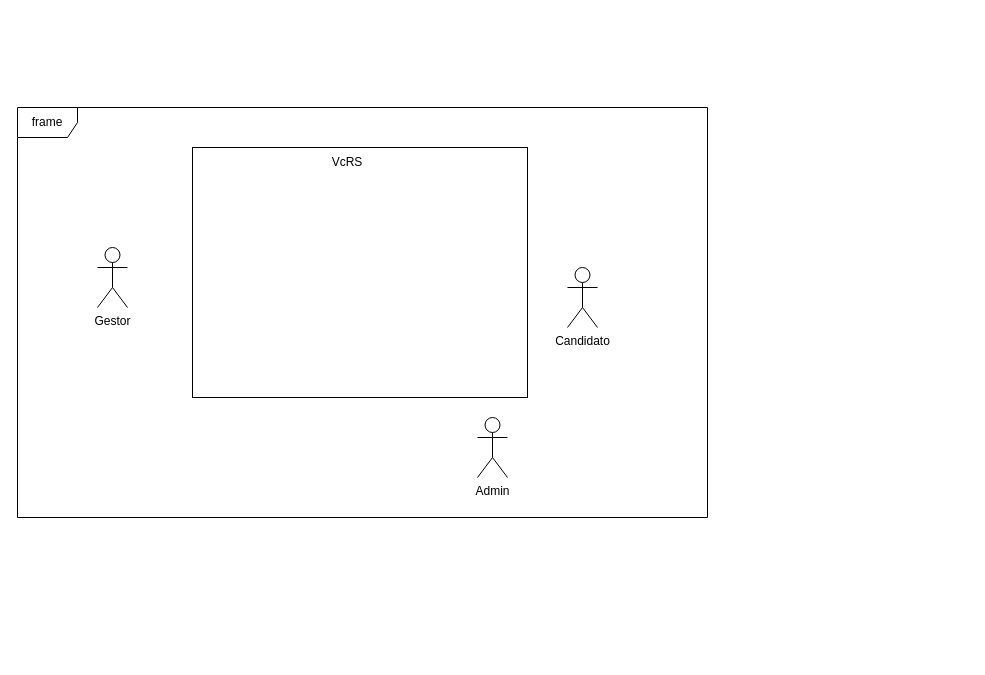
Earlier version of the draw.io diagram diagrama_caso_de_uso.drawio (cadullira/facorganizacao). Source tidied: cells renumbered, new cells numbered last; positions are measured from the earlier drawing's top-left corner, leaving out a move shared by most shapes. Both pictures are drawn from the tidied source at 100%, with x=0, y=0 at pixel (17, 107).
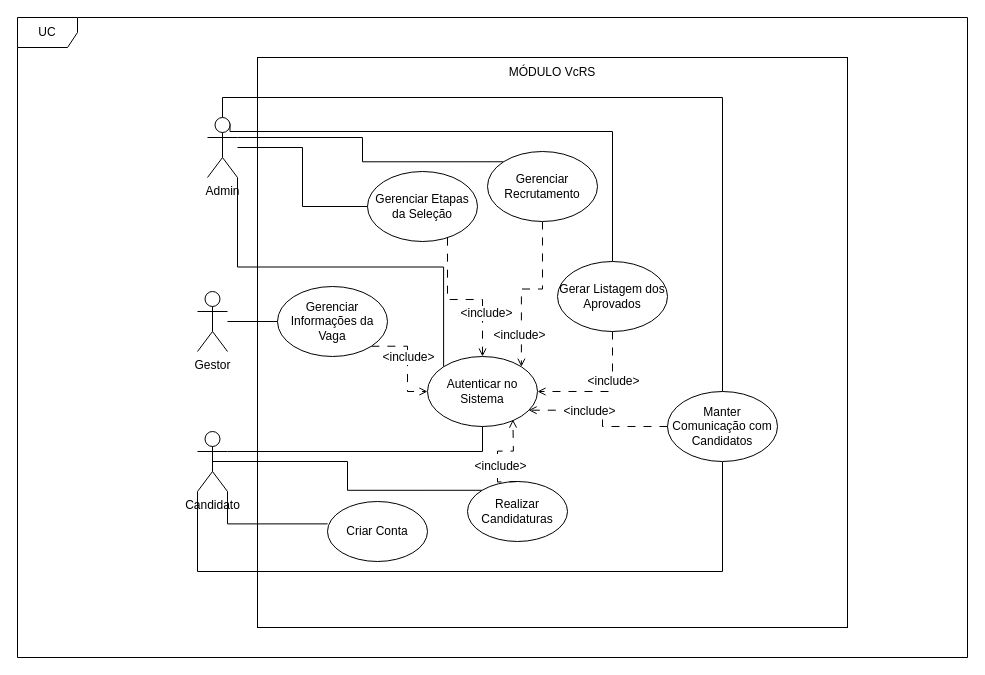
The same page after the edit.

Diff of the diagram source:
```diff
@@
+    <mxCell id="6" style="rounded=0;whiteSpace=wrap;html=1;" parent="1" vertex="1">
+      <mxGeometry x="240" y="-50" width="590" height="570" as="geometry" />
+    </mxCell>
+    <mxCell id="8" style="edgeStyle=orthogonalEdgeStyle;rounded=0;jettySize=auto;html=1;entryX=0;entryY=0;entryDx=0;entryDy=0;exitX=1;exitY=1;exitDx=0;exitDy=0;exitPerimeter=0;endArrow=none;endFill=0;" parent="1" edge="1" source="2" target="30">
+      <mxGeometry relative="1" as="geometry" />
+    </mxCell>
+    <mxCell id="9" style="edgeStyle=orthogonalEdgeStyle;rounded=0;jettySize=auto;html=1;entryX=0;entryY=0.5;entryDx=0;entryDy=0;fontFamily=Helvetica;fontSize=12;fontColor=default;endArrow=none;endFill=0;" parent="1" edge="1" source="2" target="25">
+      <mxGeometry relative="1" as="geometry" />
+    </mxCell>
+    <mxCell id="10" style="edgeStyle=orthogonalEdgeStyle;rounded=0;jettySize=auto;html=1;exitX=1;exitY=0.3333333333333333;exitDx=0;exitDy=0;exitPerimeter=0;entryX=0;entryY=0;entryDx=0;entryDy=0;fontFamily=Helvetica;fontSize=12;fontColor=default;endArrow=none;endFill=0;" parent="1" edge="1" source="2" target="22">
+      <mxGeometry relative="1" as="geometry" />
+    </mxCell>
+    <mxCell id="11" style="edgeStyle=orthogonalEdgeStyle;rounded=0;jettySize=auto;html=1;exitX=0.75;exitY=0.1;exitDx=0;exitDy=0;exitPerimeter=0;fontFamily=Helvetica;fontSize=12;fontColor=default;endArrow=none;endFill=0;" parent="1" edge="1" source="2" target="29">
+      <mxGeometry relative="1" as="geometry">
+        <Array as="points">
+          <mxPoint x="213" y="24" />
+          <mxPoint x="595" y="24" />
+        </Array>
+      </mxGeometry>
+    </mxCell>
+    <mxCell id="12" style="edgeStyle=orthogonalEdgeStyle;rounded=0;jettySize=auto;html=1;exitX=0.5;exitY=0;exitDx=0;exitDy=0;exitPerimeter=0;entryX=0.5;entryY=0;entryDx=0;entryDy=0;fontFamily=Helvetica;fontSize=12;fontColor=default;endArrow=none;endFill=0;" parent="1" edge="1" source="2" target="26">
+      <mxGeometry relative="1" as="geometry" />
+    </mxCell>
-    <mxCell id="2" value="Gestor" style="shape=umlActor;verticalLabelPosition=bottom;verticalAlign=top;html=1;outlineConnect=0;" parent="1" vertex="1">
-      <mxGeometry x="80" y="140" width="30" height="60" as="geometry" />
+    <mxCell id="2" value="Admin" style="shape=umlActor;verticalLabelPosition=bottom;verticalAlign=top;html=1;outlineConnect=0;" parent="1" vertex="1">
+      <mxGeometry x="190" y="10" width="30" height="60" as="geometry" />
     </mxCell>
+    <mxCell id="13" style="edgeStyle=orthogonalEdgeStyle;rounded=0;jettySize=auto;html=1;exitX=0.5;exitY=0.5;exitDx=0;exitDy=0;exitPerimeter=0;entryX=0;entryY=0;entryDx=0;entryDy=0;fontFamily=Helvetica;fontSize=12;fontColor=default;endArrow=none;endFill=0;" parent="1" edge="1" source="3" target="19">
+      <mxGeometry relative="1" as="geometry" />
+    </mxCell>
+    <mxCell id="14" style="edgeStyle=orthogonalEdgeStyle;rounded=0;jettySize=auto;html=1;exitX=0;exitY=1;exitDx=0;exitDy=0;exitPerimeter=0;entryX=0.5;entryY=1;entryDx=0;entryDy=0;fontFamily=Helvetica;fontSize=12;fontColor=default;endArrow=none;endFill=0;" parent="1" edge="1" source="3" target="26">
+      <mxGeometry relative="1" as="geometry">
+        <Array as="points">
+          <mxPoint x="180" y="464" />
+          <mxPoint x="705" y="464" />
+        </Array>
+      </mxGeometry>
+    </mxCell>
     <mxCell id="3" value="Candidato" style="shape=umlActor;verticalLabelPosition=bottom;verticalAlign=top;html=1;outlineConnect=0;" parent="1" vertex="1">
-      <mxGeometry x="550" y="160" width="30" height="60" as="geometry" />
+      <mxGeometry x="180" y="324" width="30" height="60" as="geometry" />
     </mxCell>
+    <mxCell id="15" style="edgeStyle=orthogonalEdgeStyle;rounded=0;jettySize=auto;html=1;endArrow=none;endFill=0;" parent="1" edge="1" source="4" target="18">
+      <mxGeometry relative="1" as="geometry" />
+    </mxCell>
-    <mxCell id="4" value="Admin" style="shape=umlActor;verticalLabelPosition=bottom;verticalAlign=top;html=1;outlineConnect=0;" parent="1" vertex="1">
-      <mxGeometry x="460" y="310" width="30" height="60" as="geometry" />
+    <mxCell id="4" value="Gestor" style="shape=umlActor;verticalLabelPosition=bottom;verticalAlign=top;html=1;outlineConnect=0;" parent="1" vertex="1">
+      <mxGeometry x="180" y="184" width="30" height="60" as="geometry" />
     </mxCell>
-    <mxCell id="5" value="frame" style="shape=umlFrame;whiteSpace=wrap;html=1;" parent="1" vertex="1">
-      <mxGeometry width="690" height="410" as="geometry" />
+    <mxCell id="5" value="UC" style="shape=umlFrame;whiteSpace=wrap;html=1;" parent="1" vertex="1">
+      <mxGeometry y="-90" width="950" height="640" as="geometry" />
     </mxCell>
-    <mxCell id="6" style="rounded=0;whiteSpace=wrap;html=1;" parent="1" vertex="1">
-      <mxGeometry x="175" y="40" width="335" height="250" as="geometry" />
-    </mxCell>
-    <mxCell id="7" value="VcRS" style="text;strokeColor=none;align=center;fillColor=none;html=1;verticalAlign=middle;whiteSpace=wrap;rounded=0;" parent="1" vertex="1">
-      <mxGeometry x="300" y="40" width="60" height="30" as="geometry" />
-    </mxCell>
+    <mxCell id="16" style="edgeStyle=orthogonalEdgeStyle;rounded=0;jettySize=auto;html=1;exitX=1;exitY=1;exitDx=0;exitDy=0;entryX=0;entryY=0.5;entryDx=0;entryDy=0;fontFamily=Helvetica;fontSize=12;fontColor=default;dashed=1;dashPattern=8 8;endArrow=open;endFill=0;" parent="1" edge="1" source="18" target="30">
+      <mxGeometry relative="1" as="geometry" />
+    </mxCell>
+    <mxCell id="17" value="&amp;lt;include&amp;gt;" style="edgeLabel;html=1;align=center;verticalAlign=middle;strokeColor=default;fontFamily=Helvetica;fontSize=12;fontColor=default;fillColor=default;" parent="16" vertex="1">
+      <mxGeometry x="0.16" y="2" relative="1" as="geometry">
+        <mxPoint x="-2" y="-12" as="offset" />
+      </mxGeometry>
+    </mxCell>
+    <mxCell id="18" value="Gerenciar Informações da Vaga" style="ellipse;whiteSpace=wrap;html=1;align=center;" parent="1" vertex="1">
+      <mxGeometry x="260" y="179" width="110" height="70" as="geometry" />
+    </mxCell>
+    <mxCell id="19" value="Realizar Candidaturas" style="ellipse;whiteSpace=wrap;html=1;" parent="1" vertex="1">
+      <mxGeometry x="450" y="374" width="100" height="60" as="geometry" />
+    </mxCell>
+    <mxCell id="20" style="edgeStyle=orthogonalEdgeStyle;rounded=0;jettySize=auto;html=1;entryX=1;entryY=0;entryDx=0;entryDy=0;fontFamily=Helvetica;fontSize=12;fontColor=default;endArrow=open;endFill=0;dashed=1;dashPattern=8 8;" parent="1" edge="1" source="22" target="30">
+      <mxGeometry relative="1" as="geometry" />
+    </mxCell>
+    <mxCell id="21" value="&amp;lt;include&amp;gt;" style="edgeLabel;html=1;align=center;verticalAlign=middle;strokeColor=default;fontFamily=Helvetica;fontSize=12;fontColor=default;fillColor=default;" parent="20" vertex="1">
+      <mxGeometry x="0.62" y="-2" relative="1" as="geometry" />
+    </mxCell>
+    <mxCell id="22" value="Gerenciar Recrutamento" style="ellipse;whiteSpace=wrap;html=1;align=center;" parent="1" vertex="1">
+      <mxGeometry x="470" y="44" width="110" height="70" as="geometry" />
+    </mxCell>
+    <mxCell id="23" style="edgeStyle=orthogonalEdgeStyle;rounded=0;jettySize=auto;html=1;entryX=0.5;entryY=0;entryDx=0;entryDy=0;fontFamily=Helvetica;fontSize=12;fontColor=default;endArrow=open;endFill=0;dashed=1;dashPattern=8 8;" parent="1" edge="1" source="25" target="30">
+      <mxGeometry relative="1" as="geometry">
+        <Array as="points">
+          <mxPoint x="430" y="192" />
+          <mxPoint x="465" y="192" />
+        </Array>
+      </mxGeometry>
+    </mxCell>
+    <mxCell id="24" value="&amp;lt;include&amp;gt;" style="edgeLabel;html=1;align=center;verticalAlign=middle;strokeColor=default;fontFamily=Helvetica;fontSize=12;fontColor=default;fillColor=default;" parent="23" vertex="1">
+      <mxGeometry x="0.43" y="3" relative="1" as="geometry" />
+    </mxCell>
+    <mxCell id="25" value="Gerenciar Etapas da Seleção" style="ellipse;whiteSpace=wrap;html=1;align=center;" parent="1" vertex="1">
+      <mxGeometry x="350" y="64" width="110" height="70" as="geometry" />
+    </mxCell>
+    <mxCell id="26" value="Manter Comunicação com Candidatos" style="ellipse;whiteSpace=wrap;html=1;align=center;" parent="1" vertex="1">
+      <mxGeometry x="650" y="284" width="110" height="70" as="geometry" />
+    </mxCell>
+    <mxCell id="27" style="edgeStyle=orthogonalEdgeStyle;rounded=0;jettySize=auto;html=1;exitX=0.5;exitY=1;exitDx=0;exitDy=0;entryX=1;entryY=0.5;entryDx=0;entryDy=0;fontFamily=Helvetica;fontSize=12;fontColor=default;endArrow=open;endFill=0;dashed=1;dashPattern=8 8;" parent="1" edge="1" source="29" target="30">
+      <mxGeometry relative="1" as="geometry" />
+    </mxCell>
+    <mxCell id="28" value="&amp;lt;include&amp;gt;" style="edgeLabel;html=1;align=center;verticalAlign=middle;strokeColor=default;fontFamily=Helvetica;fontSize=12;fontColor=default;fillColor=default;" parent="27" vertex="1">
+      <mxGeometry x="-0.27" relative="1" as="geometry" />
+    </mxCell>
+    <mxCell id="29" value="Gerar Listagem dos Aprovados" style="ellipse;whiteSpace=wrap;html=1;align=center;" parent="1" vertex="1">
+      <mxGeometry x="540" y="154" width="110" height="70" as="geometry" />
+    </mxCell>
+    <mxCell id="30" value="Autenticar no Sistema" style="ellipse;whiteSpace=wrap;html=1;align=center;" parent="1" vertex="1">
+      <mxGeometry x="410" y="249" width="110" height="70" as="geometry" />
+    </mxCell>
+    <mxCell id="31" value="Criar Conta" style="ellipse;whiteSpace=wrap;html=1;" parent="1" vertex="1">
+      <mxGeometry x="310" y="394" width="100" height="60" as="geometry" />
+    </mxCell>
+    <mxCell id="32" style="edgeStyle=orthogonalEdgeStyle;rounded=0;jettySize=auto;html=1;exitX=1;exitY=0.3333333333333333;exitDx=0;exitDy=0;exitPerimeter=0;entryX=0.5;entryY=1;entryDx=0;entryDy=0;endArrow=none;endFill=0;" parent="1" edge="1" source="3" target="30">
+      <mxGeometry relative="1" as="geometry" />
+    </mxCell>
+    <mxCell id="33" style="edgeStyle=orthogonalEdgeStyle;rounded=0;jettySize=auto;html=1;exitX=1;exitY=1;exitDx=0;exitDy=0;exitPerimeter=0;entryX=0.001;entryY=0.373;entryDx=0;entryDy=0;entryPerimeter=0;fontFamily=Helvetica;fontSize=12;fontColor=default;endArrow=none;endFill=0;" parent="1" edge="1" source="3" target="31">
+      <mxGeometry relative="1" as="geometry" />
+    </mxCell>
+    <mxCell id="34" style="edgeStyle=orthogonalEdgeStyle;rounded=0;orthogonalLoop=1;jettySize=auto;html=1;entryX=0.776;entryY=0.902;entryDx=0;entryDy=0;entryPerimeter=0;fontFamily=Helvetica;fontSize=12;fontColor=default;endArrow=open;endFill=0;dashed=1;dashPattern=8 8;" parent="1" edge="1">
+      <mxGeometry relative="1" as="geometry">
+        <mxPoint x="500" y="374" as="sourcePoint" />
+        <mxPoint x="495.4" y="312.1" as="targetPoint" />
+      </mxGeometry>
+    </mxCell>
+    <mxCell id="35" value="&amp;lt;include&amp;gt;" style="edgeLabel;html=1;align=center;verticalAlign=middle;strokeColor=default;fontFamily=Helvetica;fontSize=12;fontColor=default;fillColor=default;" parent="34" vertex="1">
+      <mxGeometry x="-0.27" y="-2" relative="1" as="geometry" />
+    </mxCell>
+    <mxCell id="36" style="edgeStyle=orthogonalEdgeStyle;rounded=0;jettySize=auto;html=1;entryX=0.919;entryY=0.767;entryDx=0;entryDy=0;entryPerimeter=0;fontFamily=Helvetica;fontSize=12;fontColor=default;endArrow=open;endFill=0;dashed=1;dashPattern=8 8;" parent="1" edge="1" source="26" target="30">
+      <mxGeometry relative="1" as="geometry" />
+    </mxCell>
+    <mxCell id="37" value="&amp;lt;include&amp;gt;" style="edgeLabel;html=1;align=center;verticalAlign=middle;strokeColor=default;fontFamily=Helvetica;fontSize=12;fontColor=default;fillColor=default;" parent="36" vertex="1">
+      <mxGeometry x="0.23" y="1" relative="1" as="geometry" />
+    </mxCell>
+    <mxCell id="38" value="MÓDULO VcRS" style="text;strokeColor=none;align=center;fillColor=none;html=1;verticalAlign=middle;whiteSpace=wrap;rounded=0;fontFamily=Helvetica;fontSize=12;fontColor=default;" parent="1" vertex="1">
+      <mxGeometry x="485" y="-50" width="100" height="30" as="geometry" />
+    </mxCell>
```
